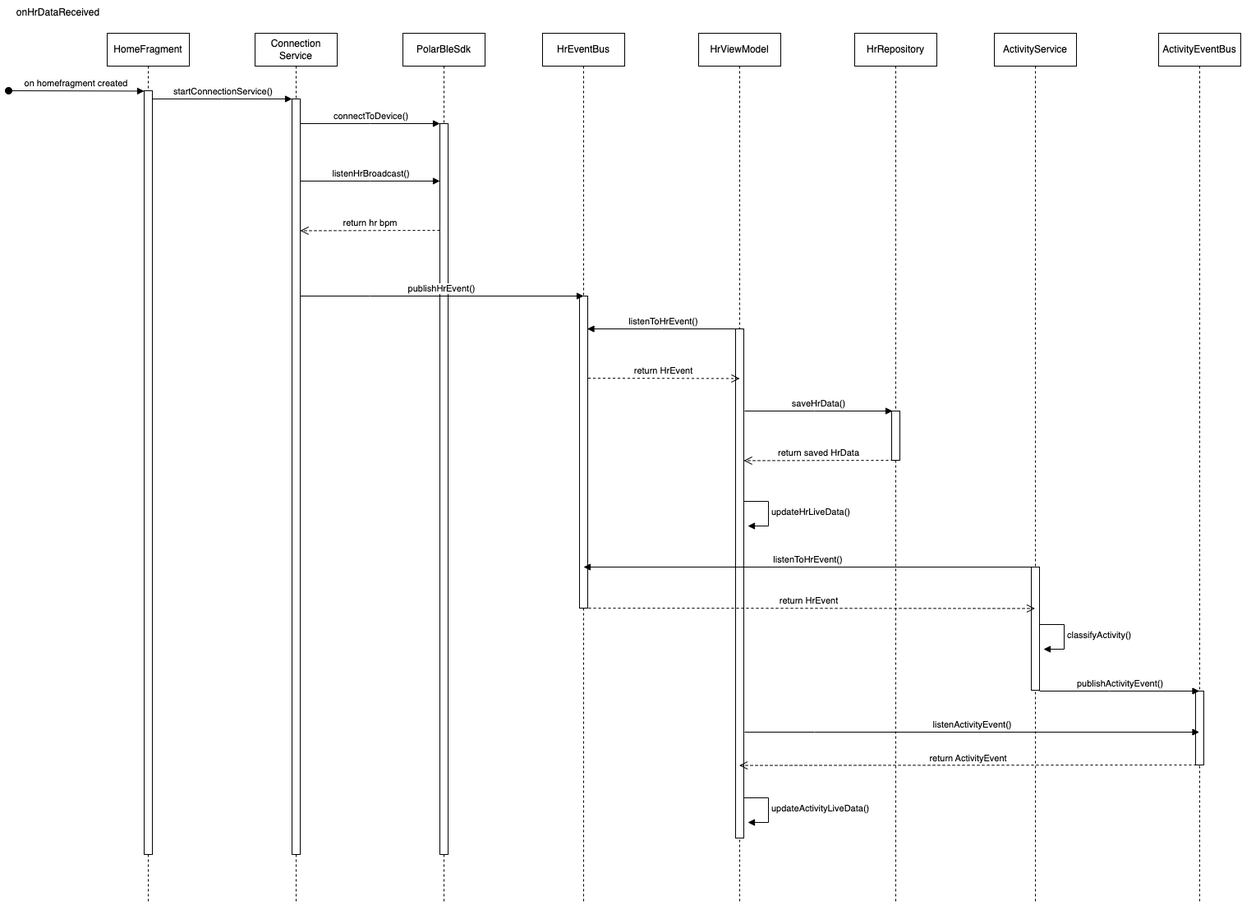
Earlier version of the draw.io export my-thesis/diagrams/hr-broadcast.drawio.png (ba-nhermanto/thesis). Source tidied: cells renumbered, new cells last; positions are measured from the earlier drawing's top-left corner, leaving out a move shared by most shapes.
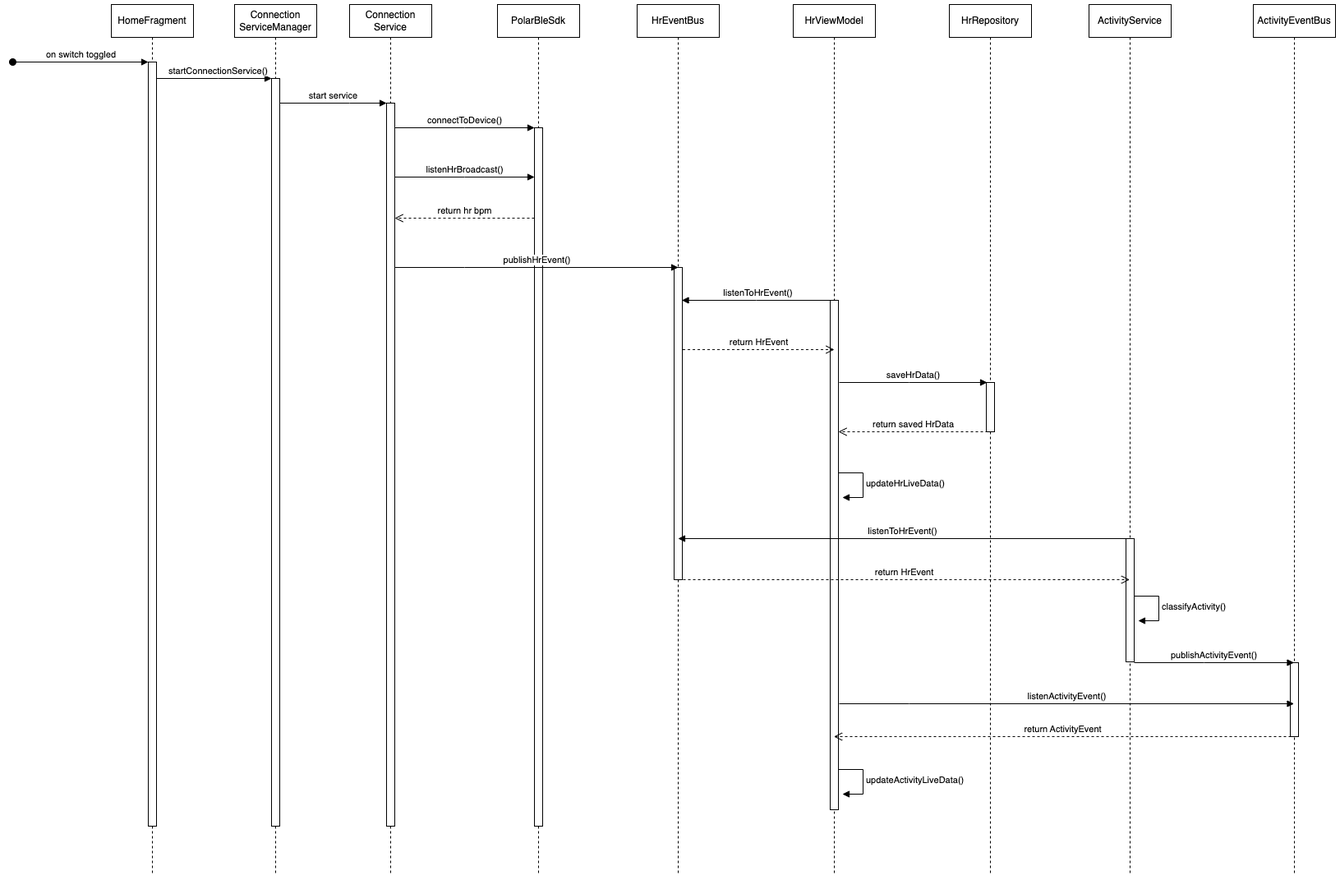
After the commit.

Diff of the diagram source:
```diff
@@ -3,12 +3,12 @@
     <mxCell id="0" />
     <mxCell id="1" parent="0" />
     <mxCell id="2" value="HomeFragment" style="shape=umlLifeline;perimeter=lifelinePerimeter;whiteSpace=wrap;html=1;newEdgeStyle={&quot;edgeStyle&quot;:&quot;elbowEdgeStyle&quot;,&quot;elbow&quot;:&quot;vertical&quot;,&quot;curved&quot;:0,&quot;rounded&quot;:0};" parent="1" vertex="1">
-      <mxGeometry x="120" y="40" width="100" height="1060" as="geometry" />
+      <mxGeometry x="10" y="40" width="100" height="1060" as="geometry" />
     </mxCell>
     <mxCell id="3" style="html=1;points=[];perimeter=orthogonalPerimeter;outlineConnect=0;targetShapes=umlLifeline;portConstraint=eastwest;newEdgeStyle={&quot;edgeStyle&quot;:&quot;elbowEdgeStyle&quot;,&quot;elbow&quot;:&quot;vertical&quot;,&quot;curved&quot;:0,&quot;rounded&quot;:0};" parent="2" vertex="1">
       <mxGeometry x="45" y="70" width="10" height="930" as="geometry" />
     </mxCell>
-    <mxCell id="4" value="on homefragment created" style="html=1;verticalAlign=bottom;startArrow=oval;endArrow=block;startSize=8;edgeStyle=elbowEdgeStyle;elbow=vertical;curved=0;rounded=0;" parent="2" edge="1" target="3">
+    <mxCell id="4" value="on switch toggled" style="html=1;verticalAlign=bottom;startArrow=oval;endArrow=block;startSize=8;edgeStyle=elbowEdgeStyle;elbow=vertical;curved=0;rounded=0;" parent="2" edge="1" target="3">
       <mxGeometry relative="1" as="geometry">
         <mxPoint x="-120" y="70" as="sourcePoint" />
       </mxGeometry>
@@ -17,12 +17,12 @@
       <mxGeometry x="300" y="40" width="100" height="1060" as="geometry" />
     </mxCell>
     <mxCell id="6" style="html=1;points=[];perimeter=orthogonalPerimeter;outlineConnect=0;targetShapes=umlLifeline;portConstraint=eastwest;newEdgeStyle={&quot;edgeStyle&quot;:&quot;elbowEdgeStyle&quot;,&quot;elbow&quot;:&quot;vertical&quot;,&quot;curved&quot;:0,&quot;rounded&quot;:0};" parent="5" vertex="1">
-      <mxGeometry x="45" y="80" width="10" height="920" as="geometry" />
+      <mxGeometry x="45" y="120" width="10" height="880" as="geometry" />
     </mxCell>
-    <mxCell id="7" value="startConnectionService()" style="html=1;verticalAlign=bottom;endArrow=block;edgeStyle=elbowEdgeStyle;elbow=vertical;curved=0;rounded=0;" parent="1" edge="1" source="3" target="6">
-      <mxGeometry relative="1" as="geometry">
+    <mxCell id="7" value="startConnectionService()" style="html=1;verticalAlign=bottom;endArrow=block;edgeStyle=elbowEdgeStyle;elbow=vertical;curved=0;rounded=0;" parent="1" edge="1" source="3" target="38">
+      <mxGeometry x="0.07" relative="1" as="geometry">
         <Array as="points">
-          <mxPoint x="260" y="120" />
+          <mxPoint x="140" y="130" />
         </Array>
       </mxGeometry>
     </mxCell>
@@ -30,30 +30,30 @@
       <mxGeometry x="480" y="40" width="100" height="1060" as="geometry" />
     </mxCell>
     <mxCell id="9" style="html=1;perimeter=orthogonalPerimeter;targetShapes=umlLifeline;newEdgeStyle={&quot;edgeStyle&quot;:&quot;elbowEdgeStyle&quot;,&quot;elbow&quot;:&quot;vertical&quot;,&quot;curved&quot;:0,&quot;rounded&quot;:0};" parent="8" vertex="1">
-      <mxGeometry x="45" y="110" width="10" height="890" as="geometry" />
+      <mxGeometry x="45" y="150" width="10" height="850" as="geometry" />
     </mxCell>
     <mxCell id="10" value="connectToDevice()" style="html=1;verticalAlign=bottom;endArrow=block;edgeStyle=elbowEdgeStyle;elbow=vertical;curved=0;rounded=0;" parent="1" edge="1">
       <mxGeometry relative="1" as="geometry">
-        <mxPoint x="355" y="150" as="sourcePoint" />
-        <mxPoint x="525" y="150" as="targetPoint" />
+        <mxPoint x="355" y="190" as="sourcePoint" />
+        <mxPoint x="525" y="190" as="targetPoint" />
         <Array as="points">
-          <mxPoint x="440" y="150" />
+          <mxPoint x="440" y="190" />
         </Array>
       </mxGeometry>
     </mxCell>
     <mxCell id="11" value="listenHrBroadcast()" style="html=1;verticalAlign=bottom;endArrow=block;edgeStyle=elbowEdgeStyle;elbow=vertical;curved=0;rounded=0;" parent="1" edge="1">
       <mxGeometry relative="1" as="geometry">
-        <mxPoint x="355" y="220" as="sourcePoint" />
-        <mxPoint x="525" y="220" as="targetPoint" />
+        <mxPoint x="355" y="250" as="sourcePoint" />
+        <mxPoint x="525" y="250" as="targetPoint" />
         <Array as="points">
-          <mxPoint x="440" y="220" />
+          <mxPoint x="440" y="250" />
         </Array>
       </mxGeometry>
     </mxCell>
     <mxCell id="12" value="return hr bpm" style="html=1;verticalAlign=bottom;endArrow=open;dashed=1;endSize=8;edgeStyle=elbowEdgeStyle;elbow=vertical;curved=0;rounded=0;" parent="1" edge="1">
       <mxGeometry relative="1" as="geometry">
-        <mxPoint x="525" y="280" as="sourcePoint" />
-        <mxPoint x="355" y="280" as="targetPoint" />
+        <mxPoint x="525" y="300" as="sourcePoint" />
+        <mxPoint x="355" y="300" as="targetPoint" />
       </mxGeometry>
     </mxCell>
     <mxCell id="13" value="HrEventBus" style="shape=umlLifeline;perimeter=lifelinePerimeter;whiteSpace=wrap;html=1;newEdgeStyle={&quot;edgeStyle&quot;:&quot;elbowEdgeStyle&quot;,&quot;elbow&quot;:&quot;vertical&quot;,&quot;curved&quot;:0,&quot;rounded&quot;:0};" parent="1" vertex="1">
@@ -77,9 +77,6 @@
     <mxCell id="17" style="html=1;perimeter=orthogonalPerimeter;targetShapes=umlLifeline;newEdgeStyle={&quot;edgeStyle&quot;:&quot;elbowEdgeStyle&quot;,&quot;elbow&quot;:&quot;vertical&quot;,&quot;curved&quot;:0,&quot;rounded&quot;:0};" parent="16" vertex="1">
       <mxGeometry x="45" y="360" width="10" height="620" as="geometry" />
     </mxCell>
-    <mxCell id="18" value="onHrDataReceived" style="text;html=1;align=center;verticalAlign=middle;strokeColor=none;fillColor=none;" parent="1" vertex="1">
-      <mxGeometry width="120" height="30" as="geometry" />
-    </mxCell>
     <mxCell id="19" value="HrRepository" style="shape=umlLifeline;perimeter=lifelinePerimeter;whiteSpace=wrap;html=1;newEdgeStyle={&quot;edgeStyle&quot;:&quot;elbowEdgeStyle&quot;,&quot;elbow&quot;:&quot;vertical&quot;,&quot;curved&quot;:0,&quot;rounded&quot;:0};" parent="1" vertex="1">
       <mxGeometry x="1030" y="40" width="100" height="1060" as="geometry" />
     </mxCell>
@@ -192,5 +189,20 @@
         <mxPoint x="700" y="740" as="sourcePoint" />
       </mxGeometry>
     </mxCell>
+    <mxCell id="37" value="Connection&lt;br&gt;ServiceManager" style="shape=umlLifeline;perimeter=lifelinePerimeter;whiteSpace=wrap;html=1;newEdgeStyle={&quot;edgeStyle&quot;:&quot;elbowEdgeStyle&quot;,&quot;elbow&quot;:&quot;vertical&quot;,&quot;curved&quot;:0,&quot;rounded&quot;:0};" parent="1" vertex="1">
+      <mxGeometry x="160" y="40" width="100" height="1060" as="geometry" />
+    </mxCell>
+    <mxCell id="38" style="html=1;points=[];perimeter=orthogonalPerimeter;outlineConnect=0;targetShapes=umlLifeline;portConstraint=eastwest;newEdgeStyle={&quot;edgeStyle&quot;:&quot;elbowEdgeStyle&quot;,&quot;elbow&quot;:&quot;vertical&quot;,&quot;curved&quot;:0,&quot;rounded&quot;:0};" parent="37" vertex="1">
+      <mxGeometry x="45" y="90" width="10" height="910" as="geometry" />
+    </mxCell>
+    <mxCell id="39" value="start service" style="html=1;verticalAlign=bottom;endArrow=block;edgeStyle=elbowEdgeStyle;elbow=vertical;curved=0;rounded=0;" parent="1" edge="1">
+      <mxGeometry relative="1" as="geometry">
+        <mxPoint x="215" y="160" as="sourcePoint" />
+        <mxPoint x="345" y="160" as="targetPoint" />
+        <Array as="points">
+          <mxPoint x="300" y="160" />
+        </Array>
+      </mxGeometry>
+    </mxCell>
   </root>
 </mxGraphModel>
```
